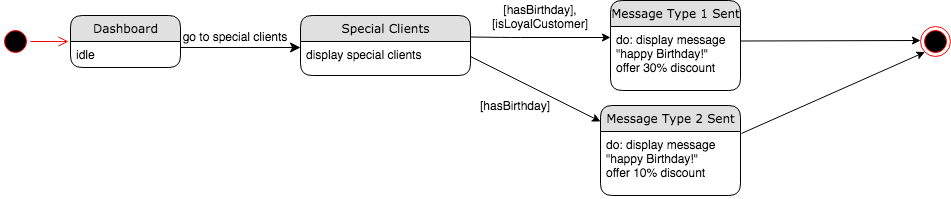
Before: Diagrams/State Chart Diagrams FINAL/ST_35_36 SEND B-DAY MESSAGE.png, a diagram exported from draw.io (kkasharaj17/SE-project). Source tidied: cells renumbered, new cells last; positions are measured from the earlier drawing's top-left corner, leaving out a move shared by most shapes.
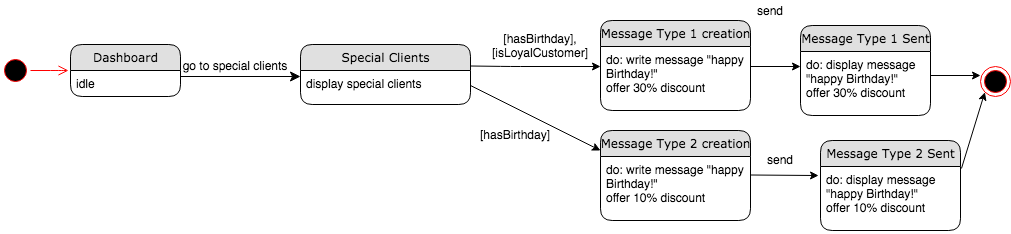
After the change.

What changed in the source:
```diff
@@ -15,7 +15,7 @@
       <mxGeometry x="500" y="6" width="80" height="20" as="geometry" />
     </mxCell>
     <mxCell id="5" style="ellipse;html=1;shape=endState;fillColor=#000000;strokeColor=#ff0000;" parent="1" vertex="1">
-      <mxGeometry x="920" y="26" width="30" height="30" as="geometry" />
+      <mxGeometry x="980" y="37" width="30" height="30" as="geometry" />
     </mxCell>
     <mxCell id="6" style="ellipse;html=1;shape=startState;fillColor=#000000;strokeColor=#ff0000;" parent="1" vertex="1">
       <mxGeometry y="26" width="30" height="30" as="geometry" />
@@ -30,8 +30,8 @@
     </mxCell>
     <mxCell id="8" style="endArrow=classic;html=1;" parent="1" edge="1">
       <mxGeometry relative="1" as="geometry">
-        <mxPoint x="740" y="40.5" as="sourcePoint" />
-        <mxPoint x="920" y="40" as="targetPoint" />
+        <mxPoint x="910" y="46" as="sourcePoint" />
+        <mxPoint x="980" y="46" as="targetPoint" />
       </mxGeometry>
     </mxCell>
     <mxCell id="9" value="go to special clients" style="text;html=1;strokeColor=none;fillColor=none;align=center;verticalAlign=middle;whiteSpace=wrap;rounded=0;" parent="1" vertex="1">
@@ -40,7 +40,7 @@
     <mxCell id="10" style="endArrow=classic;html=1;" parent="1" edge="1">
       <mxGeometry relative="1" as="geometry">
         <mxPoint x="470" y="36.5" as="sourcePoint" />
-        <mxPoint x="610" y="37" as="targetPoint" />
+        <mxPoint x="600" y="37" as="targetPoint" />
         <Array as="points">
           <mxPoint x="510" y="37" />
         </Array>
@@ -64,20 +64,49 @@
         <mxPoint x="600" y="121" as="targetPoint" />
       </mxGeometry>
     </mxCell>
+    <mxCell id="20" style="endArrow=classic;html=1;entryX=0;entryY=1;entryDx=0;entryDy=0;exitX=1.007;exitY=0.031;exitDx=0;exitDy=0;exitPerimeter=0;" parent="1" edge="1" source="17" target="5">
+      <mxGeometry relative="1" as="geometry" />
+    </mxCell>
+    <mxCell id="21" value="Message Type 1 creation" style="swimlane;html=1;fontStyle=0;horizontal=1;startSize=26;fillColor=#e0e0e0;swimlaneFillColor=#ffffff;align=center;rounded=1;shadow=0;comic=0;labelBackgroundColor=none;strokeWidth=1;fontFamily=Verdana;fontSize=12;" parent="1" vertex="1">
+      <mxGeometry x="600" y="-9" width="150" height="90" as="geometry" />
+    </mxCell>
+    <mxCell id="22" value="&lt;span&gt;do: write message &quot;happy Birthday!&quot;&lt;/span&gt;&lt;br&gt;&lt;span&gt;offer 30% discount&lt;/span&gt;" style="text;html=1;strokeColor=none;fillColor=none;spacingLeft=4;spacingRight=4;whiteSpace=wrap;overflow=hidden;" parent="21" vertex="1">
+      <mxGeometry y="26" width="150" height="64" as="geometry" />
+    </mxCell>
+    <mxCell id="18" value="Message Type 1 Sent" style="swimlane;html=1;fontStyle=0;horizontal=1;startSize=26;fillColor=#e0e0e0;swimlaneFillColor=#ffffff;align=center;rounded=1;shadow=0;comic=0;labelBackgroundColor=none;strokeWidth=1;fontFamily=Verdana;fontSize=12;" parent="1" vertex="1">
+      <mxGeometry x="800" y="-4" width="130" height="90" as="geometry" />
+    </mxCell>
+    <mxCell id="19" value="&lt;span&gt;do: display message &quot;happy Birthday!&quot;&lt;/span&gt;&lt;br&gt;&lt;span&gt;offer 30% discount&lt;/span&gt;" style="text;html=1;strokeColor=none;fillColor=none;spacingLeft=4;spacingRight=4;whiteSpace=wrap;overflow=hidden;" parent="18" vertex="1">
+      <mxGeometry y="26" width="130" height="64" as="geometry" />
+    </mxCell>
+    <mxCell id="23" style="endArrow=classic;html=1;" parent="1" edge="1">
+      <mxGeometry relative="1" as="geometry">
+        <mxPoint x="750" y="37" as="sourcePoint" />
+        <mxPoint x="800" y="37" as="targetPoint" />
+      </mxGeometry>
+    </mxCell>
     <mxCell id="16" value="Message Type 2 Sent" style="swimlane;html=1;fontStyle=0;horizontal=1;startSize=26;fillColor=#e0e0e0;swimlaneFillColor=#ffffff;align=center;rounded=1;shadow=0;comic=0;labelBackgroundColor=none;strokeWidth=1;fontFamily=Verdana;fontSize=12;" parent="1" vertex="1">
-      <mxGeometry x="600" y="105" width="140" height="90" as="geometry" />
+      <mxGeometry x="820" y="111" width="140" height="90" as="geometry" />
     </mxCell>
     <mxCell id="17" value="do: display message &quot;happy Birthday!&quot;&lt;br&gt;offer 10% discount" style="text;html=1;strokeColor=none;fillColor=none;spacingLeft=4;spacingRight=4;whiteSpace=wrap;overflow=hidden;points=[[0,0.5],[1,0.5]];portConstraint=eastwest;" parent="16" vertex="1">
       <mxGeometry y="26" width="140" height="64" as="geometry" />
     </mxCell>
-    <mxCell id="18" value="Message Type 1 Sent" style="swimlane;html=1;fontStyle=0;horizontal=1;startSize=26;fillColor=#e0e0e0;swimlaneFillColor=#ffffff;align=center;rounded=1;shadow=0;comic=0;labelBackgroundColor=none;strokeWidth=1;fontFamily=Verdana;fontSize=12;" parent="1" vertex="1">
-      <mxGeometry x="610" width="130" height="90" as="geometry" />
-    </mxCell>
-    <mxCell id="19" value="&lt;span&gt;do: display message &quot;happy Birthday!&quot;&lt;/span&gt;&lt;br&gt;&lt;span&gt;offer 30% discount&lt;/span&gt;" style="text;html=1;strokeColor=none;fillColor=none;spacingLeft=4;spacingRight=4;whiteSpace=wrap;overflow=hidden;" parent="18" vertex="1">
-      <mxGeometry y="26" width="130" height="64" as="geometry" />
-    </mxCell>
-    <mxCell id="20" style="endArrow=classic;html=1;entryX=0;entryY=1;entryDx=0;entryDy=0;exitX=1.007;exitY=0.031;exitDx=0;exitDy=0;exitPerimeter=0;" parent="1" edge="1" source="17" target="5">
-      <mxGeometry relative="1" as="geometry" />
-    </mxCell>
+    <mxCell id="24" value="Message Type 2 creation" style="swimlane;html=1;fontStyle=0;horizontal=1;startSize=26;fillColor=#e0e0e0;swimlaneFillColor=#ffffff;align=center;rounded=1;shadow=0;comic=0;labelBackgroundColor=none;strokeWidth=1;fontFamily=Verdana;fontSize=12;" parent="1" vertex="1">
+      <mxGeometry x="600" y="101" width="150" height="90" as="geometry" />
+    </mxCell>
+    <mxCell id="25" value="&lt;span&gt;do: write message &quot;happy Birthday!&quot;&lt;/span&gt;&lt;br&gt;&lt;span&gt;offer 10% discount&lt;/span&gt;" style="text;html=1;strokeColor=none;fillColor=none;spacingLeft=4;spacingRight=4;whiteSpace=wrap;overflow=hidden;" parent="24" vertex="1">
+      <mxGeometry y="26" width="150" height="64" as="geometry" />
+    </mxCell>
+    <mxCell id="26" style="endArrow=classic;html=1;entryX=-0.014;entryY=0.141;entryDx=0;entryDy=0;entryPerimeter=0;" parent="1" edge="1" target="17">
+      <mxGeometry relative="1" as="geometry">
+        <mxPoint x="750" y="145.5" as="sourcePoint" />
+      </mxGeometry>
+    </mxCell>
+    <mxCell id="27" value="send" style="text;html=1;strokeColor=none;fillColor=none;align=center;verticalAlign=middle;whiteSpace=wrap;rounded=0;" parent="1" vertex="1">
+      <mxGeometry x="750" y="-29" width="40" height="20" as="geometry" />
+    </mxCell>
+    <mxCell id="28" value="send" style="text;html=1;strokeColor=none;fillColor=none;align=center;verticalAlign=middle;whiteSpace=wrap;rounded=0;" parent="1" vertex="1">
+      <mxGeometry x="760" y="120" width="40" height="20" as="geometry" />
+    </mxCell>
   </root>
 </mxGraphModel>
```
